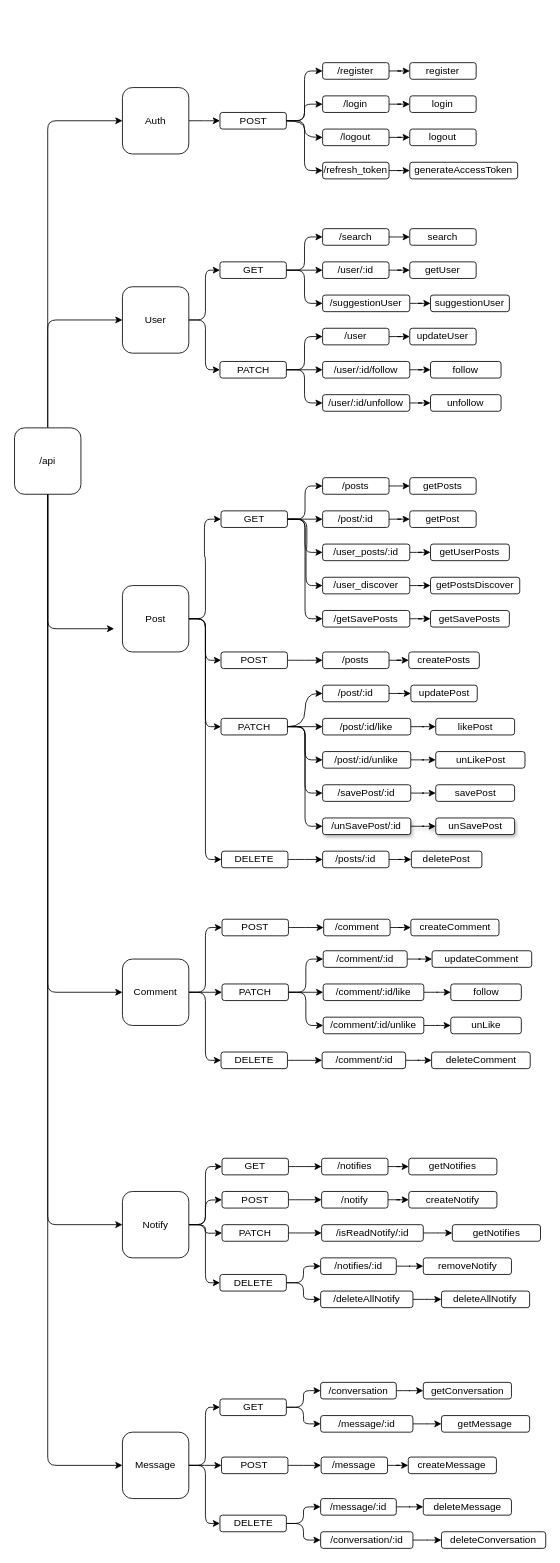
This is Untitled Diagram.drawio from iilhamriz/Social-Media-V2, a draw.io file, before an edit. Source tidied: cells renumbered, new cells numbered last; positions are measured from the earlier drawing's top-left corner, leaving out a move shared by most shapes. Both pictures are drawn from the tidied source at 83%, with x=0, y=0 at pixel (14, 62).
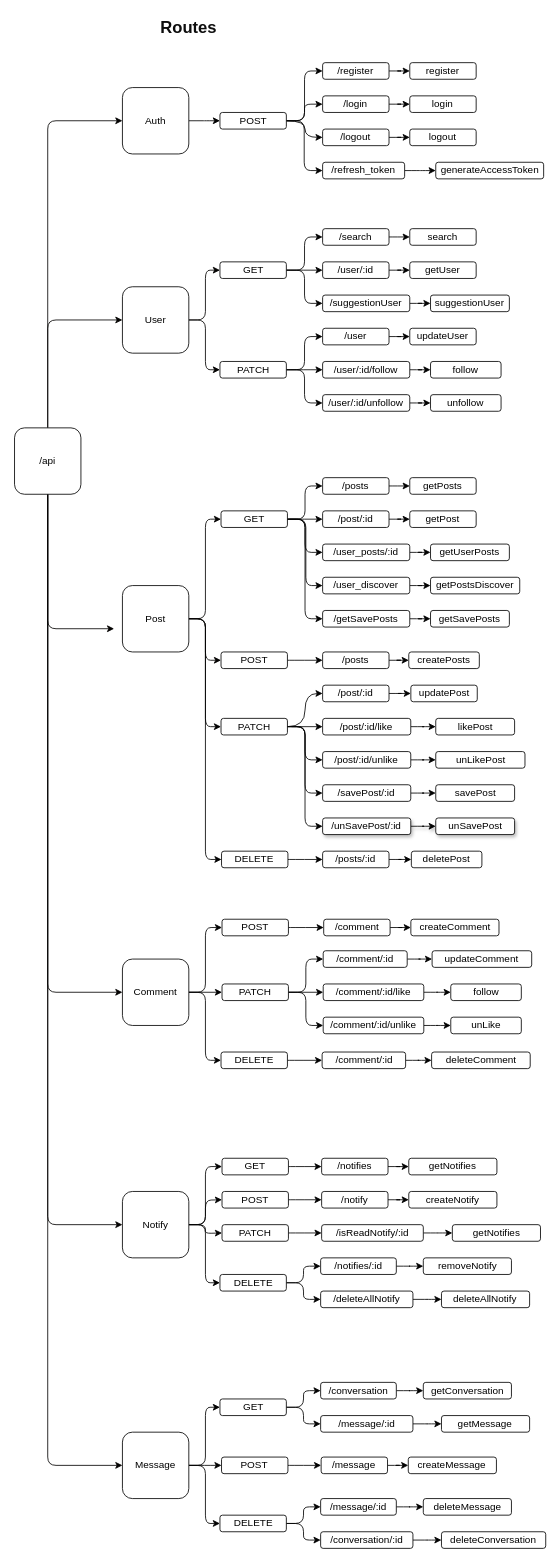
The same page after the edit.

The change refers to these unchanged cells:
```xml
<mxCell id="18" value="Post" style="whiteSpace=wrap;html=1;rounded=1;" parent="1" vertex="1">
  <mxGeometry x="130" y="630" width="80" height="80" as="geometry" />
</mxCell>
<mxCell id="36" value="POST" style="rounded=1;whiteSpace=wrap;html=1;" parent="1" vertex="1">
  <mxGeometry x="247.5" y="60" width="80" height="20" as="geometry" />
</mxCell>
<mxCell id="42" value="/logout" style="rounded=1;whiteSpace=wrap;html=1;" parent="1" vertex="1">
  <mxGeometry x="371.2" y="80" width="80" height="20" as="geometry" />
</mxCell>
<mxCell id="78" value="GET" style="rounded=1;whiteSpace=wrap;html=1;" parent="1" vertex="1">
  <mxGeometry x="248.8" y="540" width="80" height="20" as="geometry" />
</mxCell>
<mxCell id="95" value="/user_discover" style="rounded=1;whiteSpace=wrap;html=1;" parent="1" vertex="1">
  <mxGeometry x="371.2" y="620" width="105" height="20" as="geometry" />
</mxCell>
```

The edit, as a diff of the source:
```diff
@@
     <mxCell id="16" style="edgeStyle=orthogonalEdgeStyle;curved=0;rounded=1;sketch=0;jettySize=auto;html=1;entryX=0;entryY=0.5;entryDx=0;entryDy=0;fontColor=#0D0D0D;strokeColor=#030201;fillColor=#BC6C25;" parent="1" edge="1" source="18" target="78">
-      <mxGeometry relative="1" as="geometry" />
+      <mxGeometry relative="1" as="geometry">
+        <Array as="points">
+          <mxPoint x="230" y="670" />
+          <mxPoint x="230" y="550" />
+        </Array>
+      </mxGeometry>
     </mxCell>
@@
     <mxCell id="32" style="edgeStyle=orthogonalEdgeStyle;rounded=1;jettySize=auto;html=1;entryX=0;entryY=0.5;entryDx=0;entryDy=0;curved=1;" parent="1" edge="1" source="36" target="42">
-      <mxGeometry relative="1" as="geometry" />
+      <mxGeometry relative="1" as="geometry">
+        <Array as="points">
+          <mxPoint x="350" y="70" />
+          <mxPoint x="350" y="90" />
+        </Array>
+      </mxGeometry>
     </mxCell>
@@
     <mxCell id="35" style="edgeStyle=orthogonalEdgeStyle;curved=0;rounded=1;sketch=0;jettySize=auto;html=1;entryX=0;entryY=0.5;entryDx=0;entryDy=0;" parent="1" edge="1" source="36" target="44">
-      <mxGeometry relative="1" as="geometry" />
+      <mxGeometry relative="1" as="geometry">
+        <Array as="points">
+          <mxPoint x="349" y="70" />
+          <mxPoint x="349" y="130" />
+        </Array>
+      </mxGeometry>
     </mxCell>
@@
     <mxCell id="44" value="/refresh_token" style="rounded=1;whiteSpace=wrap;html=1;" parent="1" vertex="1">
-      <mxGeometry x="371.2" y="120" width="80" height="20" as="geometry" />
+      <mxGeometry x="371.2" y="120" width="98.8" height="20" as="geometry" />
     </mxCell>
@@
     <mxCell id="48" value="generateAccessToken" style="rounded=1;whiteSpace=wrap;html=1;" parent="1" vertex="1">
-      <mxGeometry x="476.2" y="120" width="130" height="20" as="geometry" />
+      <mxGeometry x="507.5" y="120" width="130" height="20" as="geometry" />
     </mxCell>
@@
     <mxCell id="93" style="edgeStyle=orthogonalEdgeStyle;curved=0;rounded=1;sketch=0;jettySize=auto;html=1;entryX=0;entryY=0.5;entryDx=0;entryDy=0;" parent="1" edge="1" target="95">
       <mxGeometry relative="1" as="geometry">
         <mxPoint x="331.2" y="550" as="sourcePoint" />
+        <Array as="points">
+          <mxPoint x="351" y="550" />
+          <mxPoint x="351" y="630" />
+        </Array>
       </mxGeometry>
     </mxCell>
@@
+    <mxCell id="197" value="&lt;b&gt;&lt;font style=&quot;font-size: 20px&quot;&gt;Routes&lt;/font&gt;&lt;/b&gt;" style="text;html=1;strokeColor=none;fillColor=none;align=center;verticalAlign=middle;whiteSpace=wrap;rounded=0;sketch=0;fontColor=#0D0D0D;" parent="1" vertex="1">
+      <mxGeometry x="180" y="-58" width="60" height="30" as="geometry" />
+    </mxCell>
```
